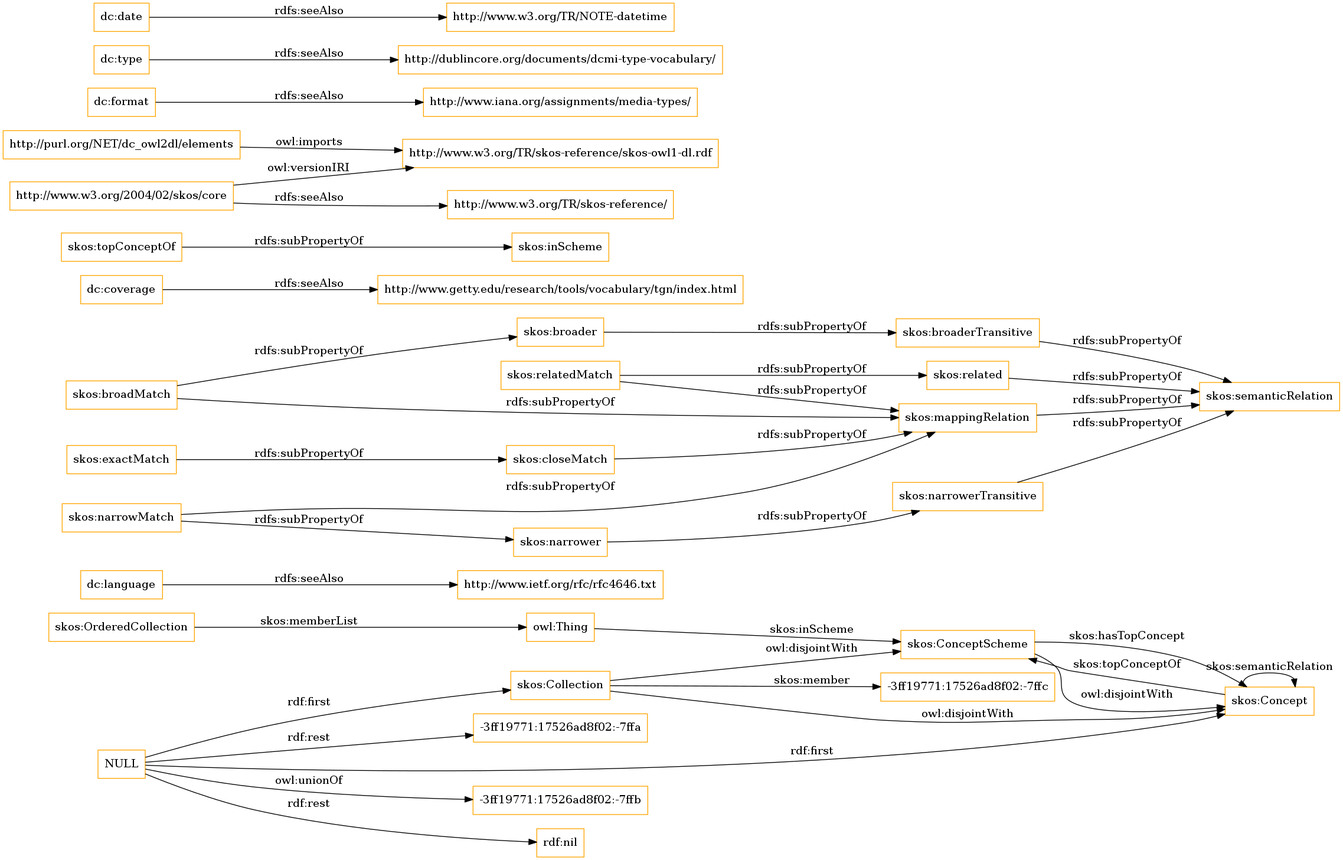
OnToologyUser/core-ontology-1 keeps this Graphviz diagram as OnToology/imports/elements.owl/diagrams/ar2dtool-class/elements.owl.png. Above is the earlier version. Its source is kept beside it as OnToology/imports/elements.owl/diagrams/ar2dtool-class/elements.owl.png.dot.
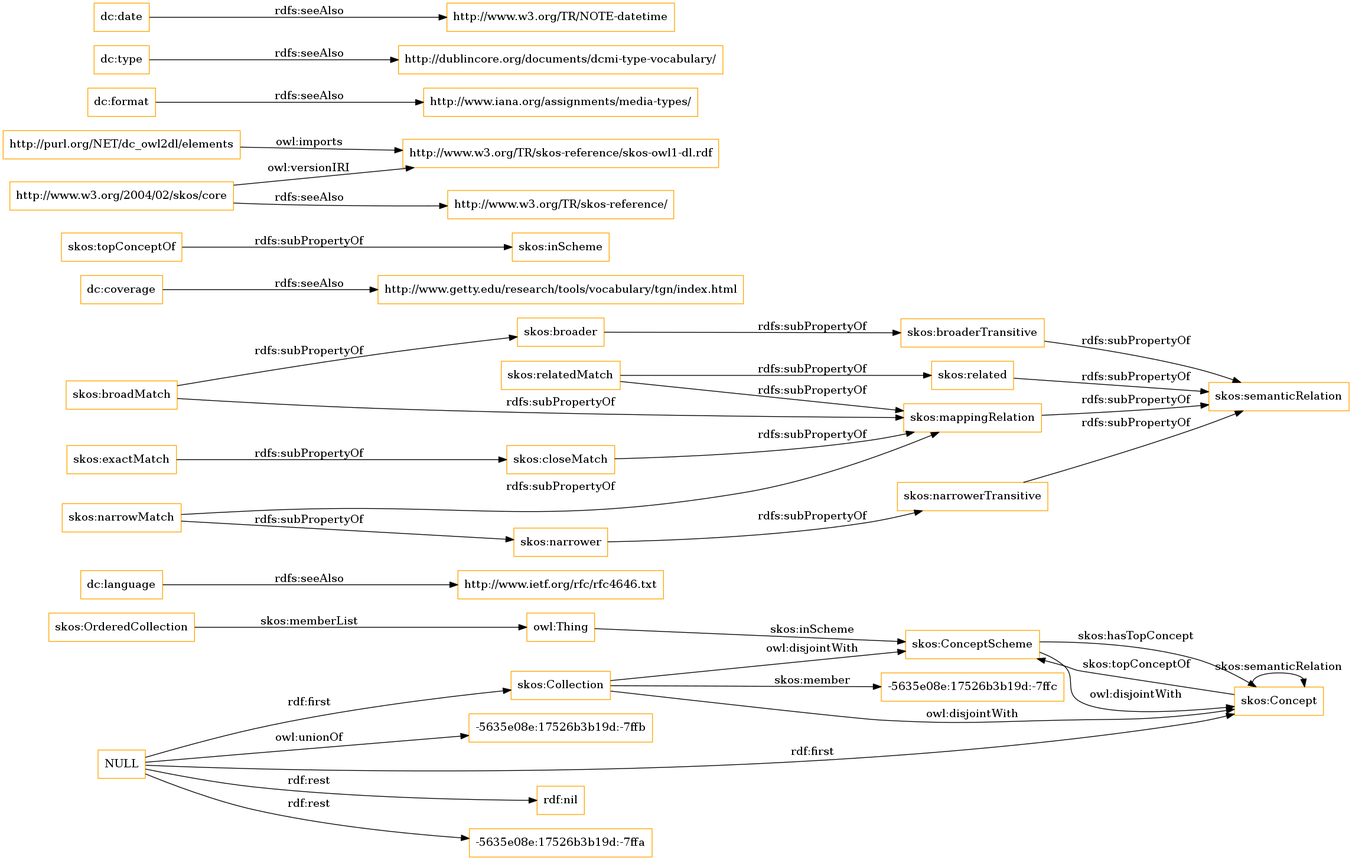
After the commit.

The edit, as a diff of the source:
```diff
@@ -1,13 +1,13 @@
 digraph ar2dtool_diagram {
 rankdir=LR;
 size="1501"
-node [shape = rectangle, color="orange"]; "-3ff19771:17526ad8f02:-7ffc" "skos:OrderedCollection" "skos:Collection" "skos:ConceptScheme" "skos:Concept" ; /*classes style*/
+node [shape = rectangle, color="orange"]; "-5635e08e:17526b3b19d:-7ffc" "skos:OrderedCollection" "skos:Collection" "skos:ConceptScheme" "skos:Concept" ; /*classes style*/
 	"dc:language" -> "http://www.ietf.org/rfc/rfc4646.txt" [ label = "rdfs:seeAlso" ];
-	"NULL" -> "-3ff19771:17526ad8f02:-7ffb" [ label = "owl:unionOf" ];
 	"NULL" -> "rdf:nil" [ label = "rdf:rest" ];
 	"NULL" -> "skos:Collection" [ label = "rdf:first" ];
-	"NULL" -> "-3ff19771:17526ad8f02:-7ffa" [ label = "rdf:rest" ];
+	"NULL" -> "-5635e08e:17526b3b19d:-7ffa" [ label = "rdf:rest" ];
 	"NULL" -> "skos:Concept" [ label = "rdf:first" ];
+	"NULL" -> "-5635e08e:17526b3b19d:-7ffb" [ label = "owl:unionOf" ];
 	"skos:closeMatch" -> "skos:mappingRelation" [ label = "rdfs:subPropertyOf" ];
 	"dc:coverage" -> "http://www.getty.edu/research/tools/vocabulary/tgn/index.html" [ label = "rdfs:seeAlso" ];
 	"skos:relatedMatch" -> "skos:related" [ label = "rdfs:subPropertyOf" ];
@@ -36,7 +36,7 @@
 	"skos:OrderedCollection" -> "owl:Thing" [ label = "skos:memberList" ];
 	"skos:Concept" -> "skos:ConceptScheme" [ label = "skos:topConceptOf" ];
 	"skos:Concept" -> "skos:Concept" [ label = "skos:semanticRelation" ];
-	"skos:Collection" -> "-3ff19771:17526ad8f02:-7ffc" [ label = "skos:member" ];
+	"skos:Collection" -> "-5635e08e:17526b3b19d:-7ffc" [ label = "skos:member" ];
 	"skos:ConceptScheme" -> "skos:Concept" [ label = "skos:hasTopConcept" ];
 	"owl:Thing" -> "skos:ConceptScheme" [ label = "skos:inScheme" ];
 
```
